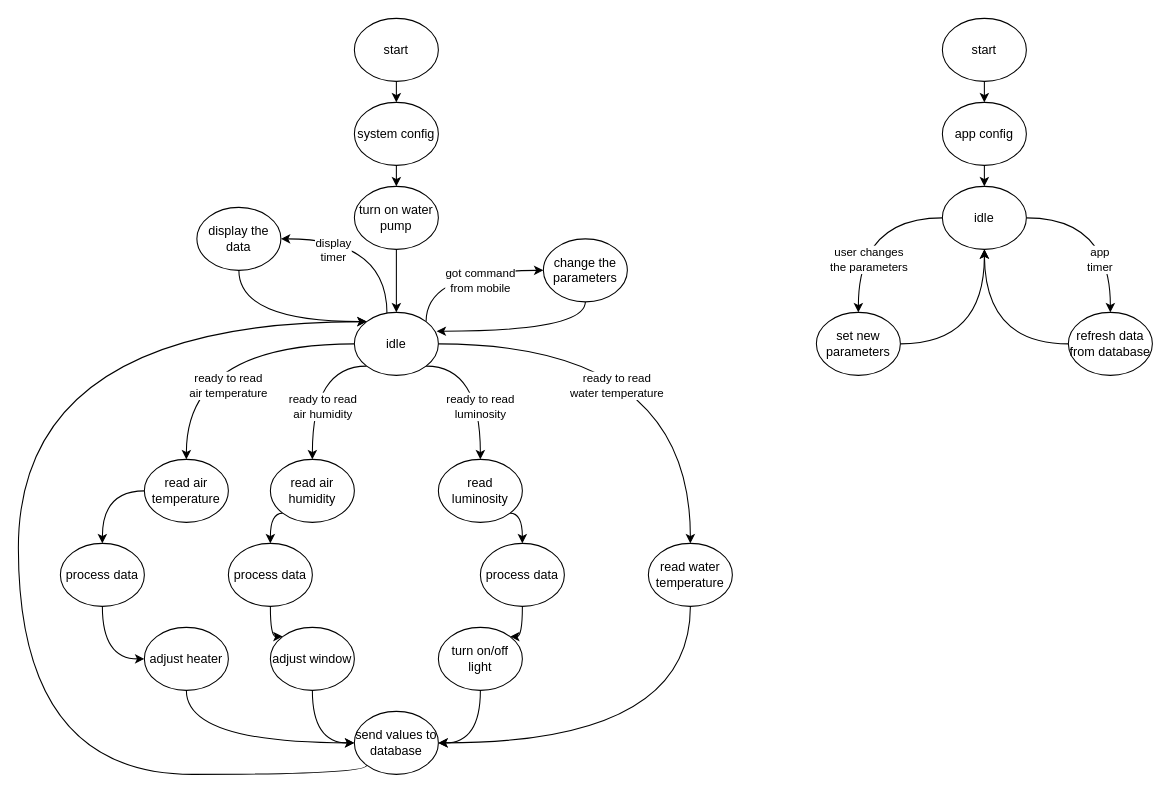
Above: Diagrams/state diagram.drawio in rafaelandrepedro/embebidos2122 (draw.io), before the change. Source tidied: cells renumbered, new cells numbered last; positions are measured from the earlier drawing's top-left corner, leaving out a move shared by most shapes. Both pictures are drawn from the tidied source at 105%, with x=0, y=0 at pixel (18, 18).
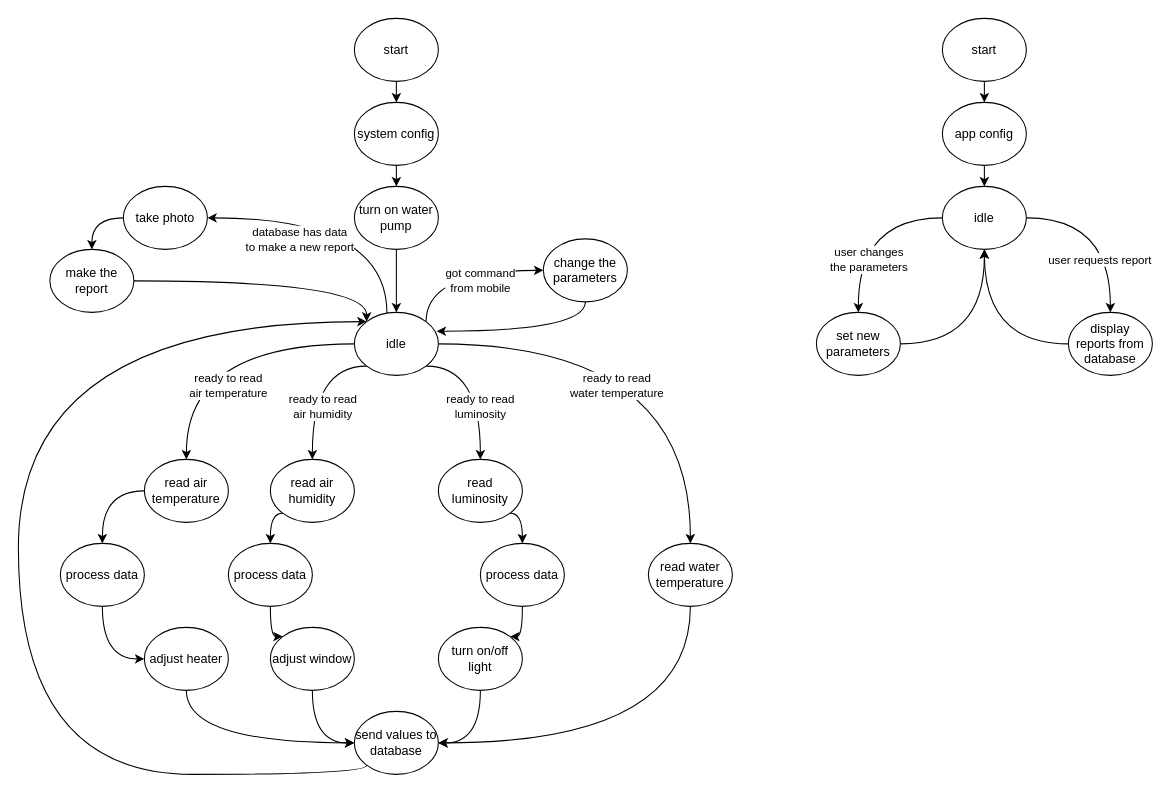
The same diagram, later.

Unchanged cells that the change refers to:
```xml
<mxCell id="7" style="edgeStyle=orthogonalEdgeStyle;curved=1;rounded=0;jettySize=auto;html=1;entryX=1;entryY=0.5;entryDx=0;entryDy=0;exitX=0.388;exitY=0.017;exitDx=0;exitDy=0;exitPerimeter=0;" parent="1" edge="1" source="9" target="41">
  <mxGeometry relative="1" as="geometry" />
</mxCell>
<mxCell id="9" value="idle" style="ellipse;whiteSpace=wrap;html=1;" parent="1" vertex="1">
  <mxGeometry x="320" y="280" width="80" height="60" as="geometry" />
</mxCell>
<mxCell id="48" value="idle" style="ellipse;whiteSpace=wrap;html=1;" parent="1" vertex="1">
  <mxGeometry x="880" y="160" width="80" height="60" as="geometry" />
</mxCell>
```

What changed in the source:
```diff
@@
-    <mxCell id="8" value="display&lt;br&gt;timer" style="edgeLabel;html=1;align=center;verticalAlign=middle;" parent="7" vertex="1">
+    <mxCell id="8" value="database has data&lt;br&gt;to make a new report" style="edgeLabel;html=1;align=center;verticalAlign=middle;" parent="7" vertex="1">
       <mxGeometry x="0.17" y="15" relative="1" as="geometry">
-        <mxPoint x="-22" y="-5" as="offset" />
+        <mxPoint x="-22" y="5" as="offset" />
       </mxGeometry>
     </mxCell>
@@
-    <mxCell id="40" style="edgeStyle=orthogonalEdgeStyle;curved=1;rounded=0;jettySize=auto;html=1;entryX=0;entryY=0;entryDx=0;entryDy=0;" parent="1" edge="1" source="41" target="9">
-      <mxGeometry relative="1" as="geometry">
-        <Array as="points">
-          <mxPoint x="210" y="289" />
-        </Array>
-      </mxGeometry>
-    </mxCell>
-    <mxCell id="41" value="display the data" style="ellipse;whiteSpace=wrap;html=1;" parent="1" vertex="1">
-      <mxGeometry x="170" y="180" width="80" height="60" as="geometry" />
+    <mxCell id="41" value="take photo" style="ellipse;whiteSpace=wrap;html=1;" parent="1" vertex="1">
+      <mxGeometry x="100" y="160" width="80" height="60" as="geometry" />
     </mxCell>
@@
-    <mxCell id="47" value="app&lt;br&gt;timer" style="edgeStyle=orthogonalEdgeStyle;curved=1;rounded=0;jettySize=auto;html=1;entryX=0.5;entryY=0;entryDx=0;entryDy=0;exitX=1;exitY=0.5;exitDx=0;exitDy=0;" parent="1" edge="1" source="48" target="52">
+    <mxCell id="47" value="user requests report" style="edgeStyle=orthogonalEdgeStyle;curved=1;rounded=0;jettySize=auto;html=1;entryX=0.5;entryY=0;entryDx=0;entryDy=0;exitX=1;exitY=0.5;exitDx=0;exitDy=0;" parent="1" edge="1" source="48" target="52">
       <mxGeometry x="0.41" y="-10" relative="1" as="geometry">
         <Array as="points">
           <mxPoint x="1040" y="190" />
         </Array>
       </mxGeometry>
     </mxCell>
@@
-    <mxCell id="52" value="refresh data from database" style="ellipse;whiteSpace=wrap;html=1;" parent="1" vertex="1">
+    <mxCell id="52" value="display reports from database" style="ellipse;whiteSpace=wrap;html=1;" parent="1" vertex="1">
       <mxGeometry x="1000" y="280" width="80" height="60" as="geometry" />
     </mxCell>
+    <mxCell id="53" value="make the report" style="ellipse;whiteSpace=wrap;html=1;" parent="1" vertex="1">
+      <mxGeometry x="30" y="220" width="80" height="60" as="geometry" />
+    </mxCell>
+    <mxCell id="54" value="&lt;br&gt;" style="edgeStyle=orthogonalEdgeStyle;rounded=0;jettySize=auto;html=1;entryX=0.5;entryY=0;entryDx=0;entryDy=0;curved=1;exitX=0;exitY=0.5;exitDx=0;exitDy=0;" parent="1" edge="1" source="41" target="53">
+      <mxGeometry x="-1" y="22" relative="1" as="geometry">
+        <Array as="points">
+          <mxPoint x="70" y="190" />
+        </Array>
+        <mxPoint x="10" y="-2" as="offset" />
+      </mxGeometry>
+    </mxCell>
+    <mxCell id="55" style="edgeStyle=orthogonalEdgeStyle;curved=1;rounded=0;jettySize=auto;html=1;exitX=1;exitY=0.5;exitDx=0;exitDy=0;entryX=0;entryY=0;entryDx=0;entryDy=0;" parent="1" edge="1" source="53" target="9">
+      <mxGeometry relative="1" as="geometry">
+        <Array as="points">
+          <mxPoint x="332" y="250" />
+        </Array>
+      </mxGeometry>
+    </mxCell>
```
